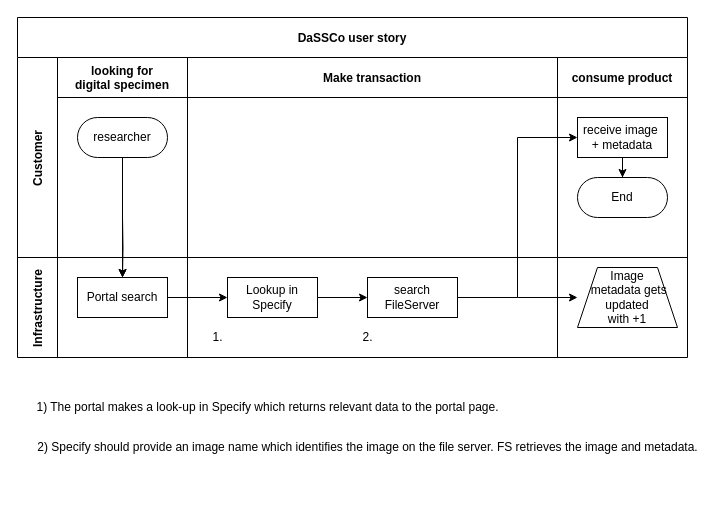
This is dassco_user_st_Diagram.drawio from jlegind/DMP_charts, a draw.io file, before an edit. Source tidied: cells renumbered, new cells numbered last; positions are measured from the earlier drawing's top-left corner, leaving out a move shared by most shapes. Both pictures are drawn from the tidied source at 100%, with x=0, y=0 at pixel (17, 17).
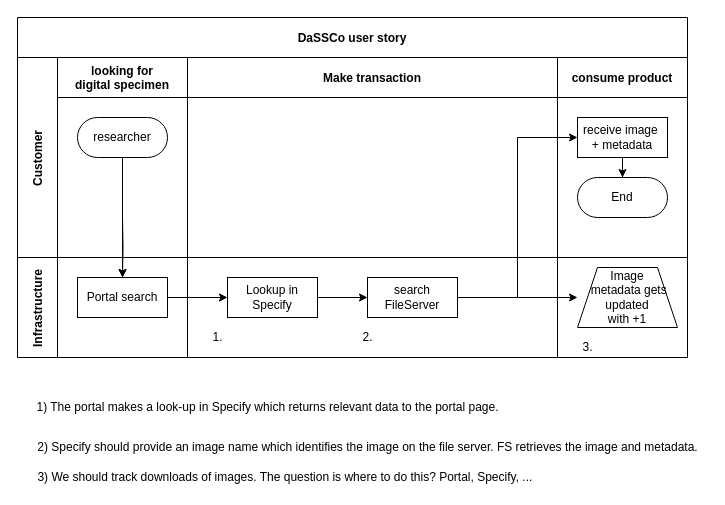
Above is the later version.

Diff of the diagram source:
```diff
@@
+    <mxCell id="29" value="3." style="text;html=1;align=center;verticalAlign=middle;strokeColor=none;fillColor=none;" parent="1" vertex="1">
+      <mxGeometry x="555" y="320" width="30" height="20" as="geometry" />
+    </mxCell>
+    <mxCell id="30" value="3) We should track downloads of images. The question is where to do this? Portal, Specify, ...&amp;nbsp;" style="text;html=1;align=center;verticalAlign=middle;strokeColor=none;fillColor=none;" parent="1" vertex="1">
+      <mxGeometry x="14" y="450" width="510" height="20" as="geometry" />
+    </mxCell>
```
